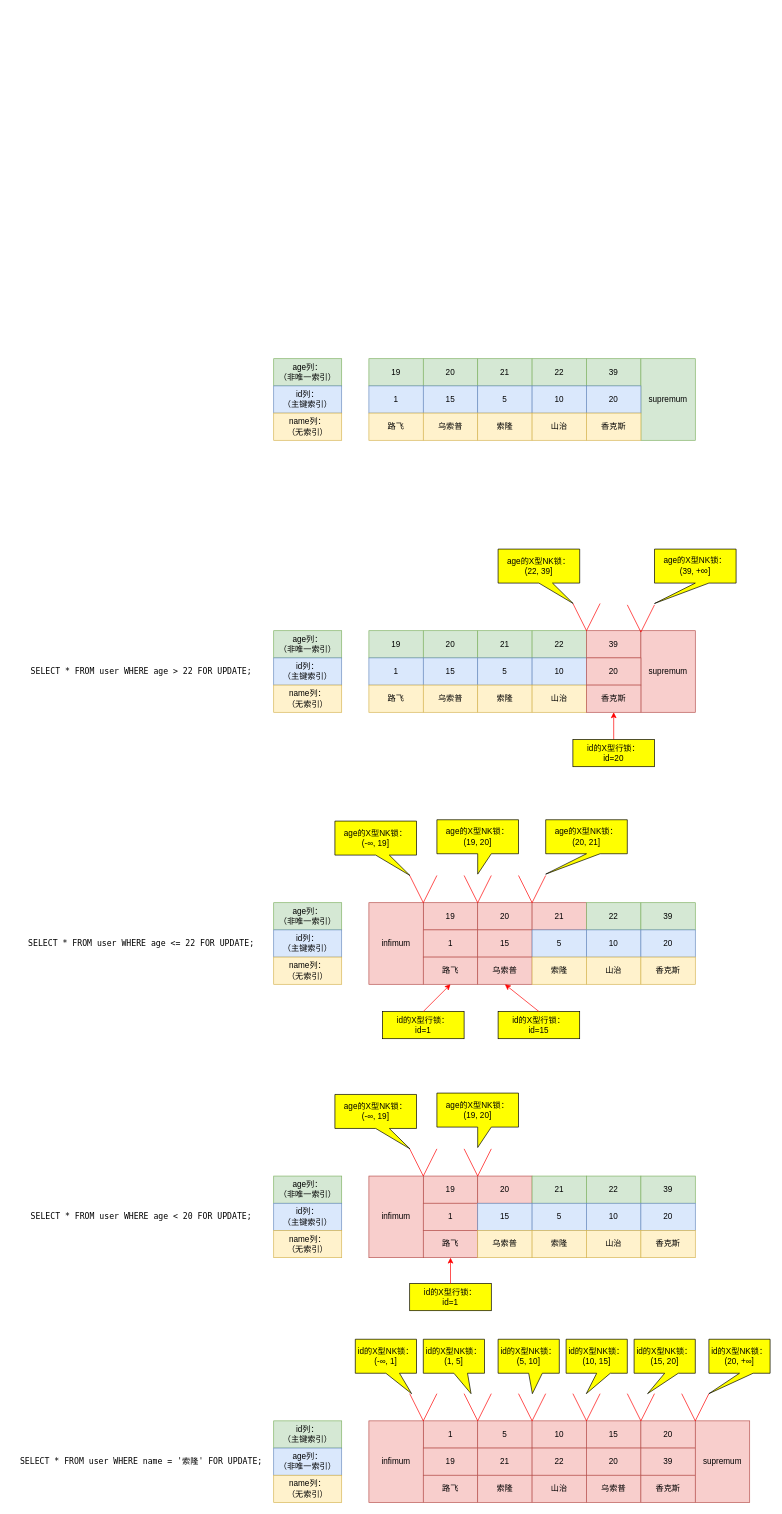
Earlier version of the draw.io diagram personal/duyunjie/MySQL加锁.drawio (zhuanzhuan-tech/arch-draw-io). Source tidied: cells renumbered, new cells numbered last; positions are measured from the earlier drawing's top-left corner, leaving out a move shared by most shapes. Both pictures are drawn from the tidied source at 68%, with x=0, y=0 at pixel (12, 358).
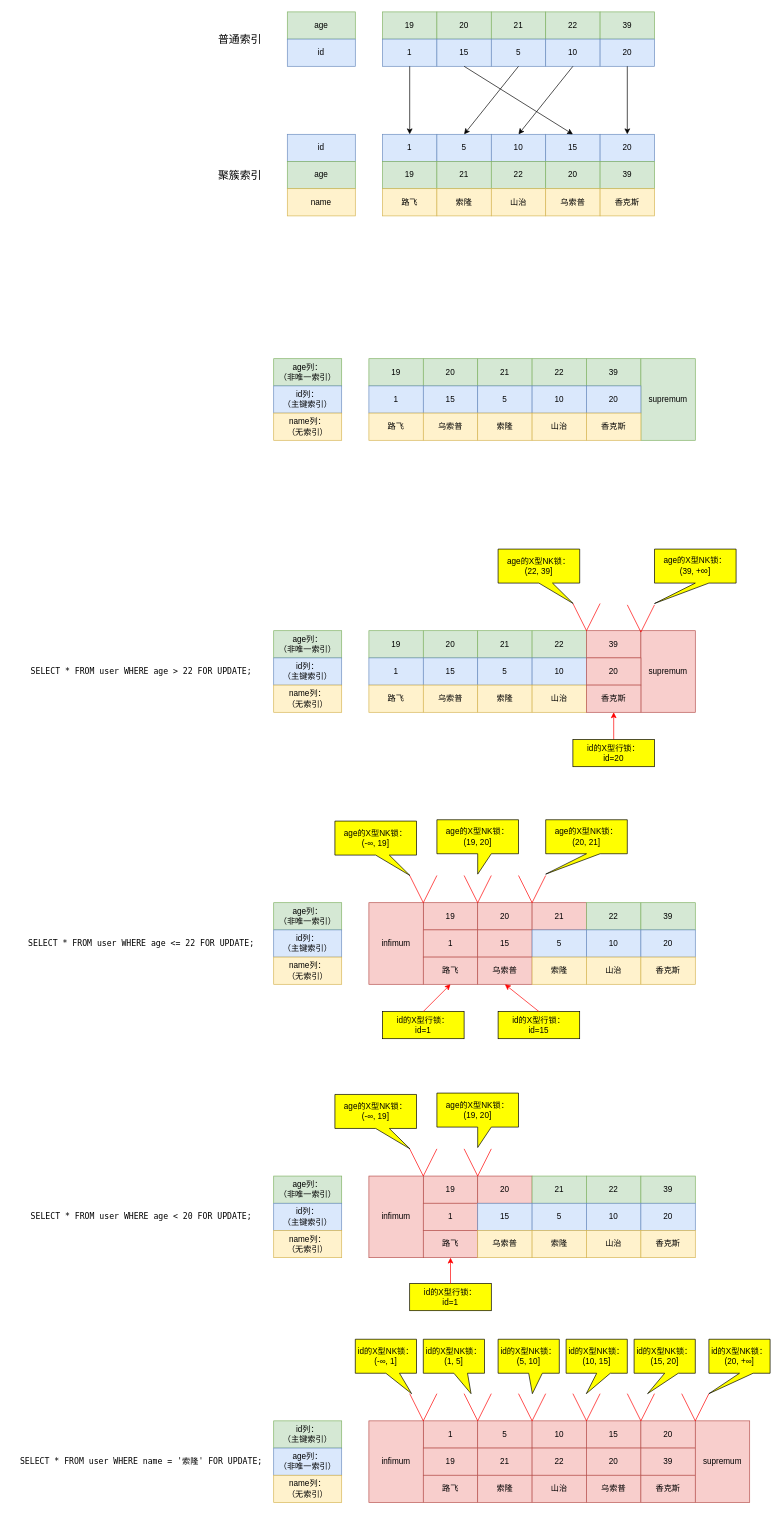
The same diagram, later.

The edit, as a diff of the source:
```diff
@@
+    <mxCell id="149" value="id" style="rounded=0;whiteSpace=wrap;html=1;align=center;fillColor=#dae8fc;strokeColor=#6c8ebf;" parent="1" vertex="1">
+      <mxGeometry x="405" y="-330" width="100" height="40" as="geometry" />
+    </mxCell>
+    <mxCell id="150" value="1" style="rounded=0;whiteSpace=wrap;html=1;align=center;fillColor=#dae8fc;strokeColor=#6c8ebf;" parent="1" vertex="1">
+      <mxGeometry x="545" y="-330" width="80" height="40" as="geometry" />
+    </mxCell>
+    <mxCell id="151" value="5" style="rounded=0;whiteSpace=wrap;html=1;align=center;fillColor=#dae8fc;strokeColor=#6c8ebf;" parent="1" vertex="1">
+      <mxGeometry x="625" y="-330" width="80" height="40" as="geometry" />
+    </mxCell>
+    <mxCell id="152" value="10" style="rounded=0;whiteSpace=wrap;html=1;align=center;fillColor=#dae8fc;strokeColor=#6c8ebf;" parent="1" vertex="1">
+      <mxGeometry x="705" y="-330" width="80" height="40" as="geometry" />
+    </mxCell>
+    <mxCell id="153" value="15" style="rounded=0;whiteSpace=wrap;html=1;align=center;fillColor=#dae8fc;strokeColor=#6c8ebf;" parent="1" vertex="1">
+      <mxGeometry x="785" y="-330" width="80" height="40" as="geometry" />
+    </mxCell>
+    <mxCell id="154" value="20" style="rounded=0;whiteSpace=wrap;html=1;align=center;fillColor=#dae8fc;strokeColor=#6c8ebf;" parent="1" vertex="1">
+      <mxGeometry x="865" y="-330" width="80" height="40" as="geometry" />
+    </mxCell>
+    <mxCell id="155" value="age" style="rounded=0;whiteSpace=wrap;html=1;align=center;fillColor=#d5e8d4;strokeColor=#82b366;" parent="1" vertex="1">
+      <mxGeometry x="405" y="-290" width="100" height="40" as="geometry" />
+    </mxCell>
+    <mxCell id="156" value="19" style="rounded=0;whiteSpace=wrap;html=1;align=center;fillColor=#d5e8d4;strokeColor=#82b366;" parent="1" vertex="1">
+      <mxGeometry x="545" y="-290" width="80" height="40" as="geometry" />
+    </mxCell>
+    <mxCell id="157" value="21" style="rounded=0;whiteSpace=wrap;html=1;align=center;fillColor=#d5e8d4;strokeColor=#82b366;" parent="1" vertex="1">
+      <mxGeometry x="625" y="-290" width="80" height="40" as="geometry" />
+    </mxCell>
+    <mxCell id="158" value="22" style="rounded=0;whiteSpace=wrap;html=1;align=center;fillColor=#d5e8d4;strokeColor=#82b366;" parent="1" vertex="1">
+      <mxGeometry x="705" y="-290" width="80" height="40" as="geometry" />
+    </mxCell>
+    <mxCell id="159" value="20" style="rounded=0;whiteSpace=wrap;html=1;align=center;fillColor=#d5e8d4;strokeColor=#82b366;" parent="1" vertex="1">
+      <mxGeometry x="785" y="-290" width="80" height="40" as="geometry" />
+    </mxCell>
+    <mxCell id="160" value="39" style="rounded=0;whiteSpace=wrap;html=1;align=center;fillColor=#d5e8d4;strokeColor=#82b366;" parent="1" vertex="1">
+      <mxGeometry x="865" y="-290" width="80" height="40" as="geometry" />
+    </mxCell>
+    <mxCell id="161" value="name" style="rounded=0;whiteSpace=wrap;html=1;align=center;fillColor=#fff2cc;strokeColor=#d6b656;" parent="1" vertex="1">
+      <mxGeometry x="405" y="-250" width="100" height="40" as="geometry" />
+    </mxCell>
+    <mxCell id="162" value="路飞" style="rounded=0;whiteSpace=wrap;html=1;align=center;fillColor=#fff2cc;strokeColor=#d6b656;" parent="1" vertex="1">
+      <mxGeometry x="545" y="-250" width="80" height="40" as="geometry" />
+    </mxCell>
+    <mxCell id="163" value="索隆" style="rounded=0;whiteSpace=wrap;html=1;align=center;fillColor=#fff2cc;strokeColor=#d6b656;" parent="1" vertex="1">
+      <mxGeometry x="625" y="-250" width="80" height="40" as="geometry" />
+    </mxCell>
+    <mxCell id="164" value="山治" style="rounded=0;whiteSpace=wrap;html=1;align=center;fillColor=#fff2cc;strokeColor=#d6b656;" parent="1" vertex="1">
+      <mxGeometry x="705" y="-250" width="80" height="40" as="geometry" />
+    </mxCell>
+    <mxCell id="165" value="乌索普" style="rounded=0;whiteSpace=wrap;html=1;align=center;fillColor=#fff2cc;strokeColor=#d6b656;" parent="1" vertex="1">
+      <mxGeometry x="785" y="-250" width="80" height="40" as="geometry" />
+    </mxCell>
+    <mxCell id="166" value="香克斯" style="rounded=0;whiteSpace=wrap;html=1;align=center;fillColor=#fff2cc;strokeColor=#d6b656;" parent="1" vertex="1">
+      <mxGeometry x="865" y="-250" width="80" height="40" as="geometry" />
+    </mxCell>
+    <mxCell id="167" value="age" style="rounded=0;whiteSpace=wrap;html=1;align=center;fillColor=#d5e8d4;strokeColor=#82b366;" parent="1" vertex="1">
+      <mxGeometry x="405" y="-510" width="100" height="40" as="geometry" />
+    </mxCell>
+    <mxCell id="168" value="19" style="rounded=0;whiteSpace=wrap;html=1;align=center;fillColor=#d5e8d4;strokeColor=#82b366;" parent="1" vertex="1">
+      <mxGeometry x="545" y="-510" width="80" height="40" as="geometry" />
+    </mxCell>
+    <mxCell id="169" value="20" style="rounded=0;whiteSpace=wrap;html=1;align=center;fillColor=#d5e8d4;strokeColor=#82b366;" parent="1" vertex="1">
+      <mxGeometry x="625" y="-510" width="80" height="40" as="geometry" />
+    </mxCell>
+    <mxCell id="170" value="21" style="rounded=0;whiteSpace=wrap;html=1;align=center;fillColor=#d5e8d4;strokeColor=#82b366;" parent="1" vertex="1">
+      <mxGeometry x="705" y="-510" width="80" height="40" as="geometry" />
+    </mxCell>
+    <mxCell id="171" value="22" style="rounded=0;whiteSpace=wrap;html=1;align=center;fillColor=#d5e8d4;strokeColor=#82b366;" parent="1" vertex="1">
+      <mxGeometry x="785" y="-510" width="80" height="40" as="geometry" />
+    </mxCell>
+    <mxCell id="172" value="39" style="rounded=0;whiteSpace=wrap;html=1;align=center;fillColor=#d5e8d4;strokeColor=#82b366;" parent="1" vertex="1">
+      <mxGeometry x="865" y="-510" width="80" height="40" as="geometry" />
+    </mxCell>
+    <mxCell id="173" value="id" style="rounded=0;whiteSpace=wrap;html=1;align=center;fillColor=#dae8fc;strokeColor=#6c8ebf;" parent="1" vertex="1">
+      <mxGeometry x="405" y="-470" width="100" height="40" as="geometry" />
+    </mxCell>
+    <mxCell id="174" value="1" style="rounded=0;whiteSpace=wrap;html=1;align=center;fillColor=#dae8fc;strokeColor=#6c8ebf;" parent="1" vertex="1">
+      <mxGeometry x="545" y="-470" width="80" height="40" as="geometry" />
+    </mxCell>
+    <mxCell id="175" value="15" style="rounded=0;whiteSpace=wrap;html=1;align=center;fillColor=#dae8fc;strokeColor=#6c8ebf;" parent="1" vertex="1">
+      <mxGeometry x="625" y="-470" width="80" height="40" as="geometry" />
+    </mxCell>
+    <mxCell id="176" value="5" style="rounded=0;whiteSpace=wrap;html=1;align=center;fillColor=#dae8fc;strokeColor=#6c8ebf;" parent="1" vertex="1">
+      <mxGeometry x="705" y="-470" width="80" height="40" as="geometry" />
+    </mxCell>
+    <mxCell id="177" value="10" style="rounded=0;whiteSpace=wrap;html=1;align=center;fillColor=#dae8fc;strokeColor=#6c8ebf;" parent="1" vertex="1">
+      <mxGeometry x="785" y="-470" width="80" height="40" as="geometry" />
+    </mxCell>
+    <mxCell id="178" value="20" style="rounded=0;whiteSpace=wrap;html=1;align=center;fillColor=#dae8fc;strokeColor=#6c8ebf;" parent="1" vertex="1">
+      <mxGeometry x="865" y="-470" width="80" height="40" as="geometry" />
+    </mxCell>
+    <mxCell id="179" style="endArrow=classic;html=1;rounded=0;exitX=0.5;exitY=1;exitDx=0;exitDy=0;entryX=0.5;entryY=0;entryDx=0;entryDy=0;" parent="1" edge="1" source="174" target="150">
+      <mxGeometry relative="1" as="geometry" />
+    </mxCell>
+    <mxCell id="180" style="endArrow=classic;html=1;rounded=0;exitX=0.5;exitY=1;exitDx=0;exitDy=0;entryX=0.5;entryY=0;entryDx=0;entryDy=0;" parent="1" edge="1" source="175" target="153">
+      <mxGeometry relative="1" as="geometry" />
+    </mxCell>
+    <mxCell id="181" style="endArrow=classic;html=1;rounded=0;exitX=0.5;exitY=1;exitDx=0;exitDy=0;entryX=0.5;entryY=0;entryDx=0;entryDy=0;" parent="1" edge="1" source="176" target="151">
+      <mxGeometry relative="1" as="geometry" />
+    </mxCell>
+    <mxCell id="182" style="endArrow=classic;html=1;rounded=0;exitX=0.5;exitY=1;exitDx=0;exitDy=0;entryX=0.5;entryY=0;entryDx=0;entryDy=0;" parent="1" edge="1" source="177" target="152">
+      <mxGeometry relative="1" as="geometry" />
+    </mxCell>
+    <mxCell id="183" style="endArrow=classic;html=1;rounded=0;exitX=0.5;exitY=1;exitDx=0;exitDy=0;" parent="1" edge="1" source="178" target="154">
+      <mxGeometry relative="1" as="geometry" />
+    </mxCell>
+    <mxCell id="184" value="&lt;font style=&quot;font-size: 16px;&quot;&gt;普通索引&lt;/font&gt;" style="text;html=1;align=center;verticalAlign=middle;strokeColor=none;fillColor=none;" parent="1" vertex="1">
+      <mxGeometry x="290" y="-485" width="90" height="30" as="geometry" />
+    </mxCell>
+    <mxCell id="185" value="&lt;font style=&quot;font-size: 16px;&quot;&gt;聚簇索引&lt;/font&gt;" style="text;html=1;align=center;verticalAlign=middle;strokeColor=none;fillColor=none;" parent="1" vertex="1">
+      <mxGeometry x="290" y="-285" width="90" height="30" as="geometry" />
+    </mxCell>
```
